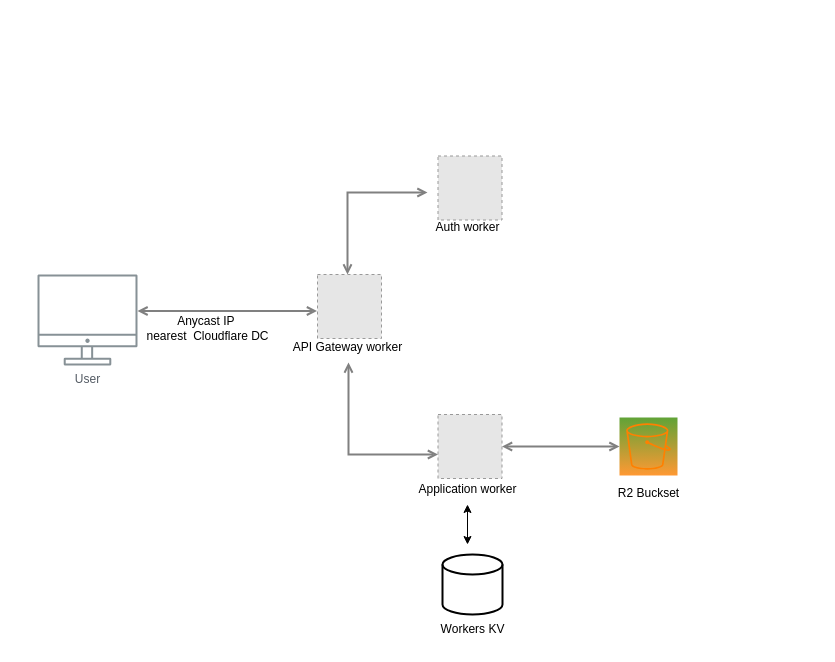
This is service_bindings.drawio from iamask/flowchart, a draw.io file, before an edit. Source tidied: cells renumbered, new cells numbered last; positions are measured from the earlier drawing's top-left corner, leaving out a move shared by most shapes. Both pictures are drawn from the tidied source at 100%, with x=0, y=0 at pixel (37, 156). Pictures stored in the file or linked from it are replaced by grey dashed boxes.
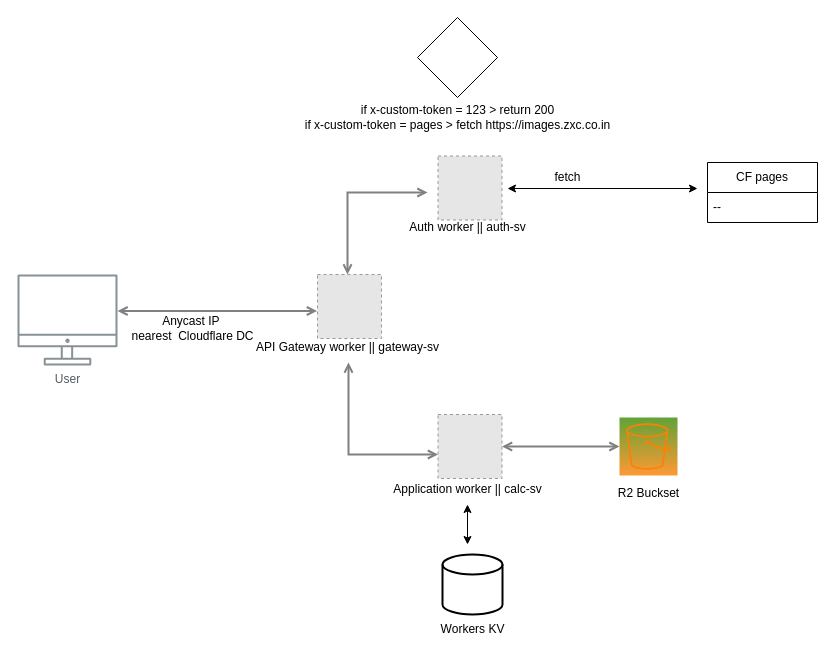
After the change.

The edit, as a diff of the source:
```diff
@@
     <mxCell id="4" value="User" style="outlineConnect=0;gradientColor=none;fontColor=#545B64;strokeColor=none;fillColor=#879196;dashed=0;verticalLabelPosition=bottom;verticalAlign=top;align=center;html=1;fontSize=12;fontStyle=0;shape=mxgraph.aws4.illustration_desktop;labelBackgroundColor=#ffffff;" parent="1" vertex="1">
-      <mxGeometry y="118" width="100" height="91" as="geometry" />
+      <mxGeometry x="-20" y="118" width="100" height="91" as="geometry" />
     </mxCell>
@@
-    <mxCell id="6" value="API Gateway worker" style="text;html=1;align=center;verticalAlign=middle;points=[];strokeColor=none;fillColor=none;" parent="1" vertex="1">
-      <mxGeometry x="245" y="176" width="130" height="30" as="geometry" />
+    <mxCell id="6" value="API Gateway worker || gateway-sv" style="text;html=1;align=center;verticalAlign=middle;points=[];strokeColor=none;fillColor=none;" parent="1" vertex="1">
+      <mxGeometry x="205" y="176" width="210" height="30" as="geometry" />
     </mxCell>
@@
-    <mxCell id="8" value="Auth worker" style="text;html=1;align=center;verticalAlign=middle;strokeColor=none;fillColor=none;" parent="1" vertex="1">
-      <mxGeometry x="385" y="56" width="90" height="30" as="geometry" />
+    <mxCell id="8" value="Auth worker || auth-sv" style="text;html=1;align=center;verticalAlign=middle;strokeColor=none;fillColor=none;" parent="1" vertex="1">
+      <mxGeometry x="360" y="56" width="140" height="30" as="geometry" />
     </mxCell>
@@
-    <mxCell id="11" value="Application worker" style="text;html=1;align=center;verticalAlign=middle;points=[];strokeColor=none;fillColor=none;" parent="1" vertex="1">
-      <mxGeometry x="370" y="318" width="120" height="30" as="geometry" />
+    <mxCell id="11" value="Application worker || calc-sv" style="text;html=1;align=center;verticalAlign=middle;points=[];strokeColor=none;fillColor=none;" parent="1" vertex="1">
+      <mxGeometry x="345" y="318" width="170" height="30" as="geometry" />
     </mxCell>
     <mxCell id="12" value="Anycast IP&amp;nbsp;&lt;br&gt;nearest&amp;nbsp; Cloudflare DC" style="text;html=1;align=center;verticalAlign=middle;strokeColor=none;fillColor=none;" parent="1" vertex="1">
-      <mxGeometry x="95" y="152" width="150" height="40" as="geometry" />
+      <mxGeometry x="80" y="152" width="150" height="40" as="geometry" />
     </mxCell>
@@
+    <mxCell id="19" style="endArrow=classic;startArrow=classic;html=1;rounded=0;" parent="1" edge="1">
+      <mxGeometry relative="1" as="geometry">
+        <mxPoint x="470" y="32" as="sourcePoint" />
+        <mxPoint x="660" y="32" as="targetPoint" />
+      </mxGeometry>
+    </mxCell>
+    <mxCell id="20" value="fetch" style="text;html=1;align=center;verticalAlign=middle;strokeColor=none;fillColor=none;" parent="1" vertex="1">
+      <mxGeometry x="505" y="6" width="50" height="30" as="geometry" />
+    </mxCell>
+    <mxCell id="21" style="rhombus;whiteSpace=wrap;html=1;" parent="1" vertex="1">
+      <mxGeometry x="380" y="-139" width="80" height="80" as="geometry" />
+    </mxCell>
+    <mxCell id="22" value="if&amp;nbsp;x-custom-token = 123 &amp;gt; return 200&lt;br&gt;if&amp;nbsp;x-custom-token = pages &amp;gt; fetch https://images.zxc.co.in" style="text;html=1;align=center;verticalAlign=middle;strokeColor=none;fillColor=none;" parent="1" vertex="1">
+      <mxGeometry x="255" y="-59" width="330" height="40" as="geometry" />
+    </mxCell>
+    <mxCell id="23" value="CF pages" style="swimlane;fontStyle=0;horizontal=1;startSize=30;whiteSpace=wrap;html=1;" parent="1" vertex="1">
+      <mxGeometry x="670" y="6" width="110" height="60" as="geometry" />
+    </mxCell>
+    <mxCell id="24" value="--" style="text;strokeColor=none;fillColor=none;align=left;verticalAlign=middle;spacingLeft=4;spacingRight=4;overflow=hidden;whiteSpace=wrap;html=1;" parent="23" vertex="1">
+      <mxGeometry y="30" width="110" height="30" as="geometry" />
+    </mxCell>
```
